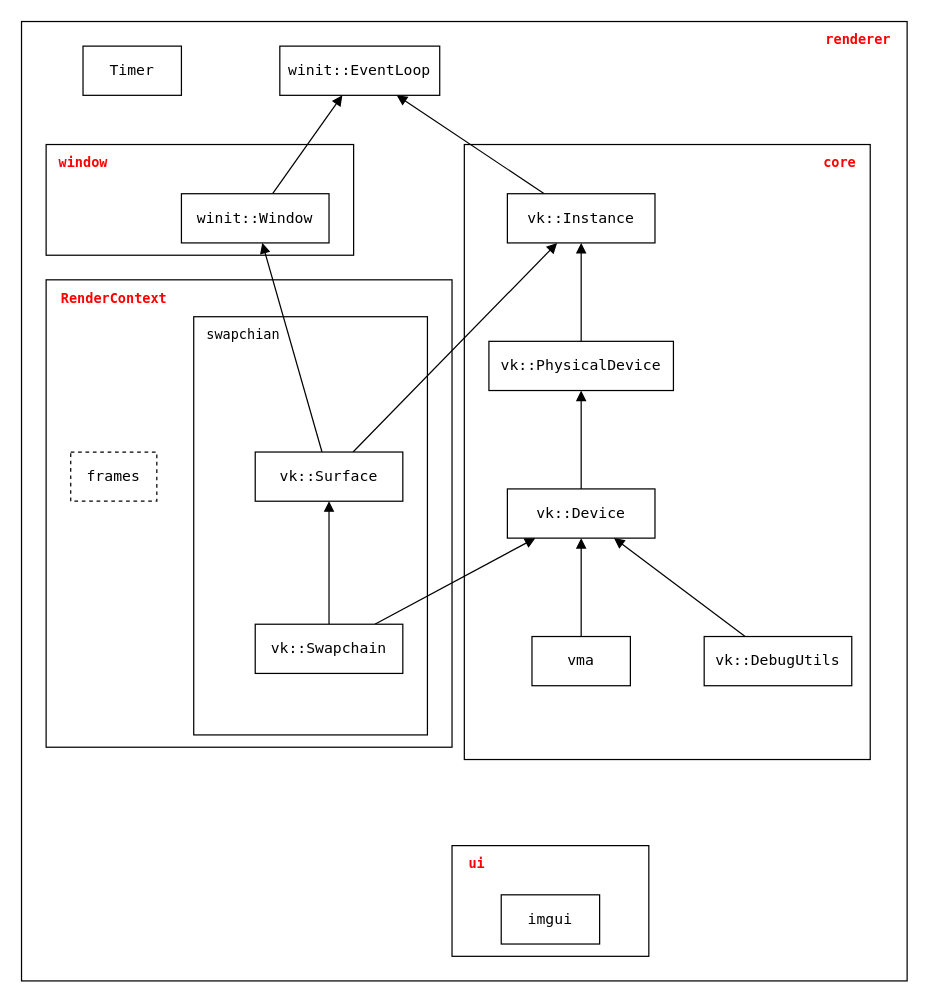
acccoco/Render-Rust-vk-Truvis keeps this draw.io diagram as doc/init.drawio. Above is the earlier version. Source tidied: cells renumbered, new cells numbered last; positions are measured from the earlier drawing's top-left corner, leaving out a move shared by most shapes. Both pictures are drawn from the tidied source at 123%, with x=0, y=0 at pixel (21, 21).
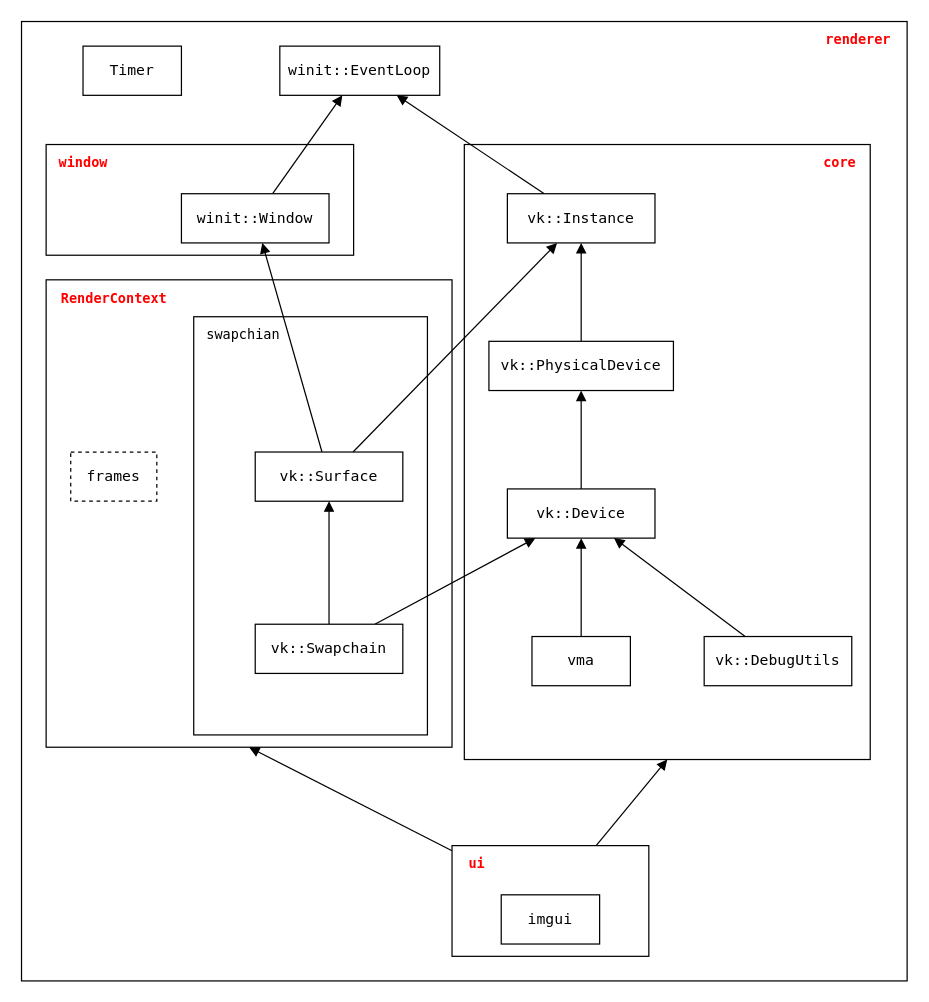
After the change.

Unchanged cells that the change refers to:
```xml
<mxCell id="4" style="rounded=0;whiteSpace=wrap;html=1;fontFamily=Lucida Console;fontSize=11;fontColor=default;arcSize=5;" parent="1" vertex="1">
  <mxGeometry x="360" y="100" width="330" height="500" as="geometry" />
</mxCell>
<mxCell id="5" style="rounded=0;whiteSpace=wrap;html=1;fontFamily=Lucida Console;fontSize=11;fontColor=default;" parent="1" vertex="1">
  <mxGeometry x="350" y="670" width="160" height="90" as="geometry" />
</mxCell>
<mxCell id="6" style="rounded=0;whiteSpace=wrap;html=1;fontFamily=Lucida Console;fontSize=11;fontColor=default;arcSize=4;" parent="1" vertex="1">
  <mxGeometry x="20" y="210" width="330" height="380" as="geometry" />
</mxCell>
```

The edit, as a diff of the source:
```diff
@@
+    <mxCell id="36" style="edgeStyle=none;shape=connector;rounded=0;jettySize=auto;html=1;labelBackgroundColor=default;strokeColor=default;align=center;verticalAlign=middle;fontFamily=Lucida Console;fontSize=11;fontColor=default;endArrow=block;endFill=1;entryX=0.5;entryY=1;entryDx=0;entryDy=0;" parent="1" edge="1" source="5" target="6">
+      <mxGeometry relative="1" as="geometry" />
+    </mxCell>
+    <mxCell id="37" style="edgeStyle=none;shape=connector;rounded=0;jettySize=auto;html=1;labelBackgroundColor=default;strokeColor=default;align=center;verticalAlign=middle;fontFamily=Lucida Console;fontSize=11;fontColor=default;endArrow=block;endFill=1;entryX=0.5;entryY=1;entryDx=0;entryDy=0;" parent="1" edge="1" source="5" target="4">
+      <mxGeometry relative="1" as="geometry" />
+    </mxCell>
```
